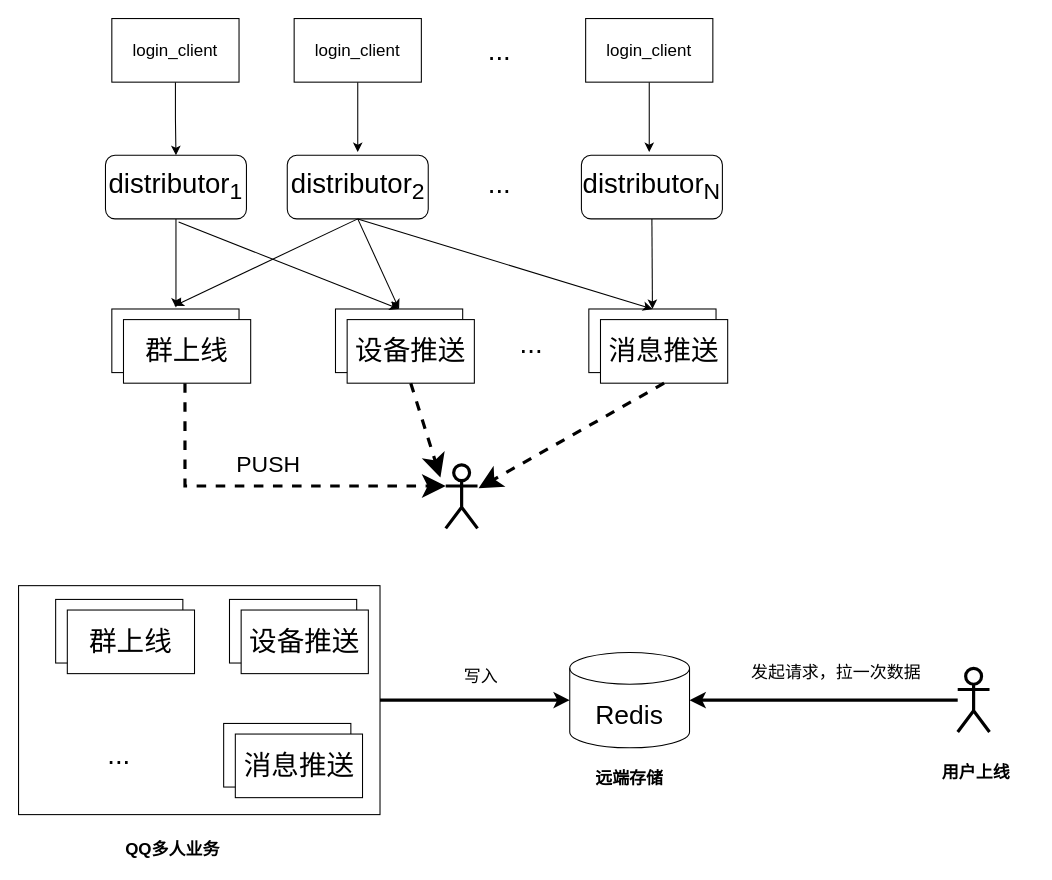
BBQldf/drawIO keeps this draw.io diagram as distributor overview.drawio. Above is the earlier version. Source tidied: cells renumbered, new cells numbered last; positions are measured from the earlier drawing's top-left corner, leaving out a move shared by most shapes. Both pictures are drawn from the tidied source at 106%, with x=0, y=0 at pixel (18, 18).
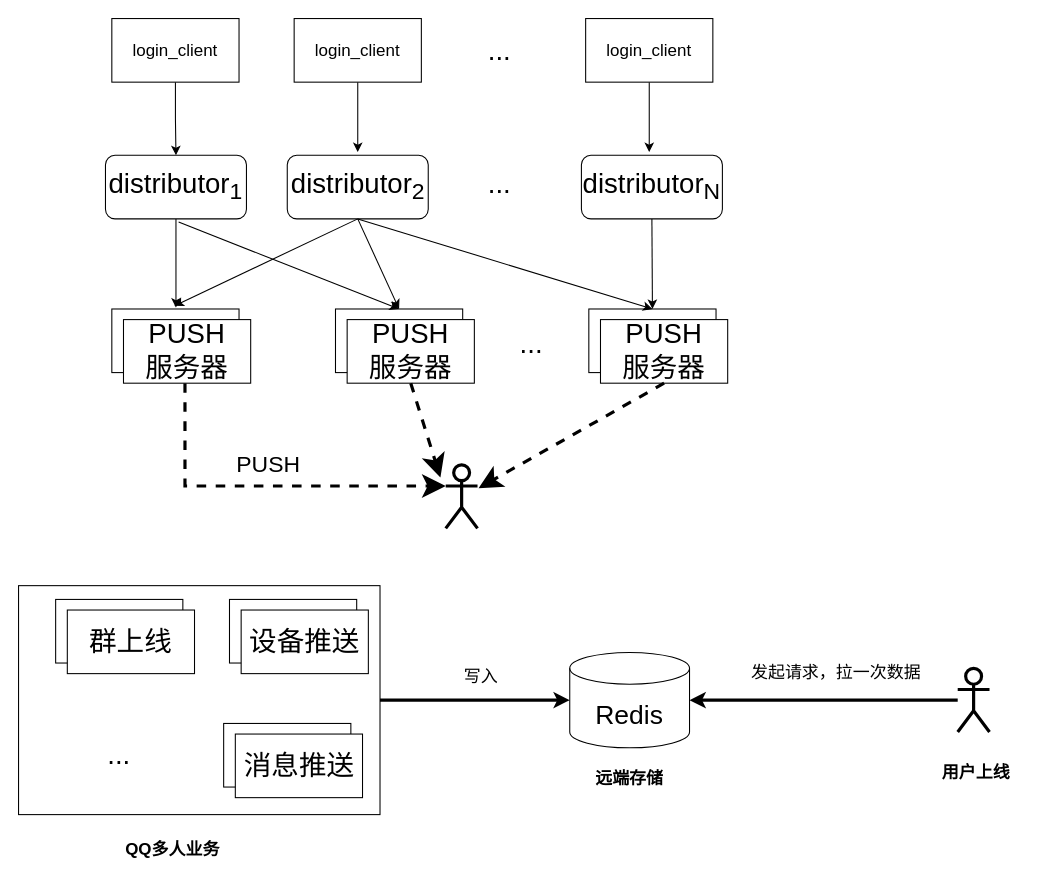
After the change.

Change to the diagram source:
```diff
@@
-    <mxCell id="17" value="群上线" style="rounded=0;whiteSpace=wrap;html=1;fontSize=26;strokeColor=#000000;strokeWidth=1;" parent="1" vertex="1">
+    <mxCell id="17" value="PUSH&lt;br&gt;服务器" style="rounded=0;whiteSpace=wrap;html=1;fontSize=26;strokeColor=#000000;strokeWidth=1;" parent="1" vertex="1">
       <mxGeometry x="99" y="284" width="120" height="60" as="geometry" />
     </mxCell>
@@
-    <mxCell id="19" value="设备推送" style="rounded=0;whiteSpace=wrap;html=1;fontSize=26;strokeColor=#000000;strokeWidth=1;" parent="1" vertex="1">
+    <mxCell id="19" value="PUSH&lt;br&gt;服务器" style="rounded=0;whiteSpace=wrap;html=1;fontSize=26;strokeColor=#000000;strokeWidth=1;" parent="1" vertex="1">
       <mxGeometry x="310" y="284" width="120" height="60" as="geometry" />
     </mxCell>
@@
-    <mxCell id="21" value="消息推送" style="rounded=0;whiteSpace=wrap;html=1;fontSize=26;strokeColor=#000000;strokeWidth=1;" parent="1" vertex="1">
+    <mxCell id="21" value="PUSH&lt;br&gt;服务器" style="rounded=0;whiteSpace=wrap;html=1;fontSize=26;strokeColor=#000000;strokeWidth=1;" parent="1" vertex="1">
       <mxGeometry x="549" y="284" width="120" height="60" as="geometry" />
     </mxCell>
```
